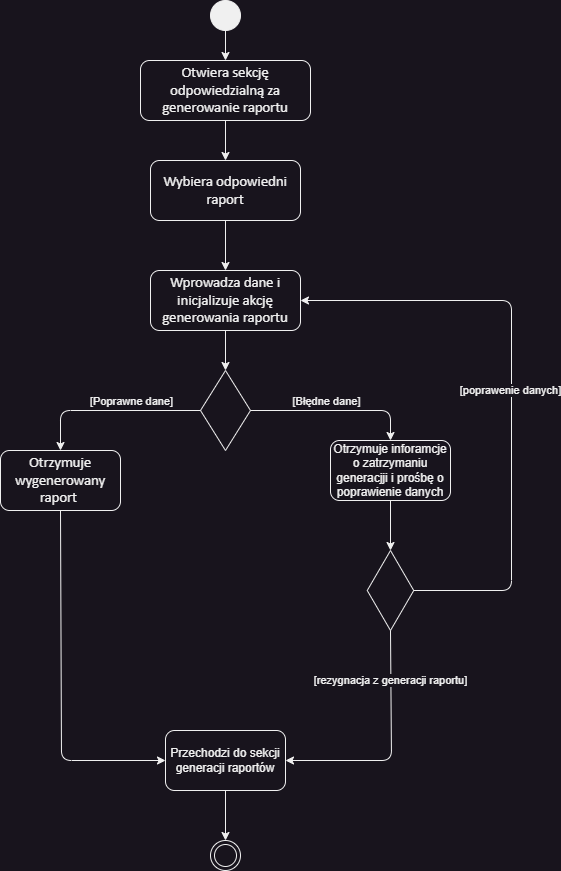
MarekMichali/vet-clinic keeps this draw.io diagram as Imgaes/act_UC3_Stworz_raport.png. Above is the earlier version. Source tidied: cells renumbered, new cells last; positions are measured from the earlier drawing's top-left corner, leaving out a move shared by most shapes.
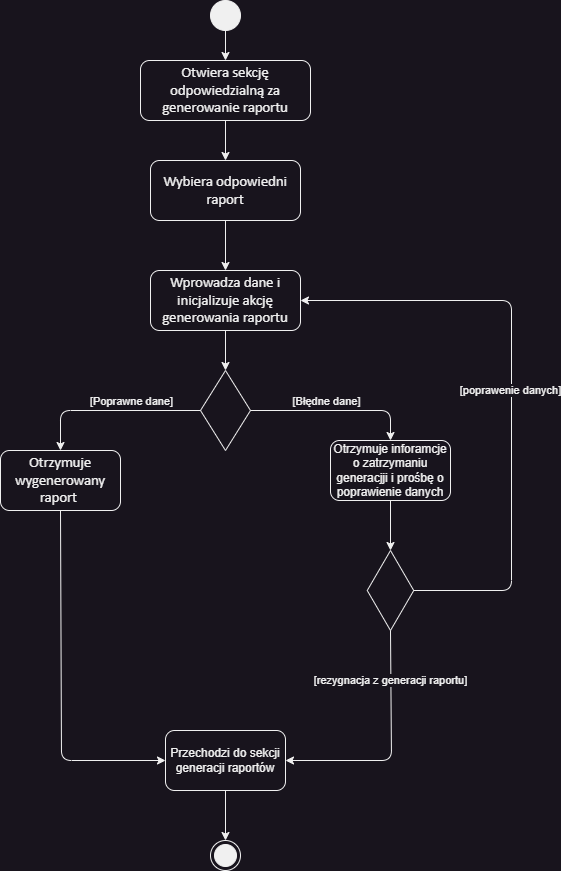
After the commit.

Diff of the diagram source:
```diff
@@ -8,7 +8,7 @@
     <mxCell id="3" style="ellipse;fillColor=#F0F0F0;fontColor=#F0F0F0;labelBackgroundColor=#18141D;strokeColor=#F0F0F0;" parent="1" vertex="1">
       <mxGeometry x="210" width="30" height="30" as="geometry" />
     </mxCell>
-    <mxCell id="4" style="ellipse;html=1;shape=endState;fillColor=#18141D;fontColor=#F0F0F0;labelBackgroundColor=#18141D;strokeColor=#F0F0F0;" parent="1" vertex="1">
+    <mxCell id="4" style="ellipse;html=1;shape=endState;fillColor=#F0F0F0;fontColor=#F0F0F0;labelBackgroundColor=#18141D;strokeColor=#F0F0F0;" parent="1" vertex="1">
       <mxGeometry x="210" y="840" width="30" height="30" as="geometry" />
     </mxCell>
     <mxCell id="5" style="edgeStyle=none;html=1;exitX=0.5;exitY=1;exitDx=0;exitDy=0;entryX=0.5;entryY=0;entryDx=0;entryDy=0;fontColor=#F0F0F0;labelBackgroundColor=#18141D;strokeColor=#F0F0F0;fillColor=none;" parent="1" edge="1" source="6" target="21">
```
